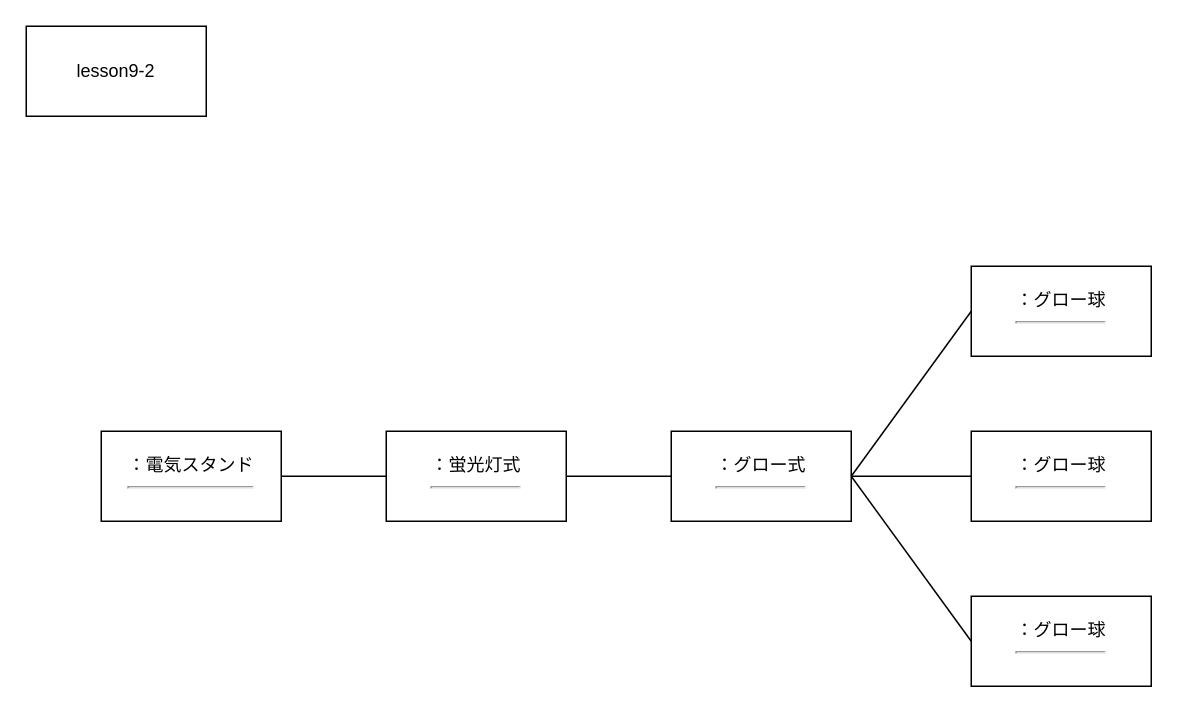
The draw.io diagram lesson9/9-2.drawio in hirutashougo/UML_introduction, before the edit. Source tidied: cells renumbered, new cells numbered last; positions are measured from the earlier drawing's top-left corner, leaving out a move shared by most shapes. Both pictures are drawn from the tidied source at 150%, with x=0, y=0 at pixel (26, 26).
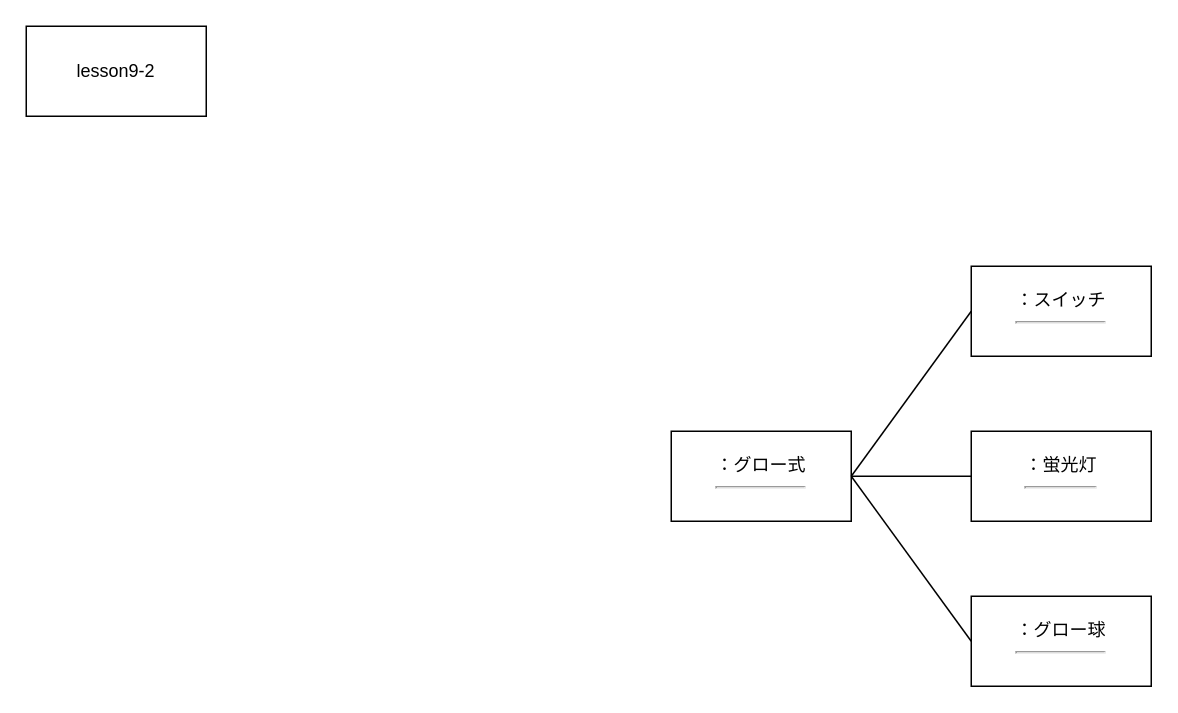
The same diagram, later.

Diff of the diagram source:
```diff
@@
 <mxGraphModel>
   <root>
     <mxCell id="0" />
     <mxCell id="1" parent="0" />
     <mxCell id="2" value="lesson9-2" style="rounded=0;whiteSpace=wrap;html=1;" parent="1" vertex="1">
       <mxGeometry width="120" height="60" as="geometry" />
     </mxCell>
-    <mxCell id="3" value="：電気スタンド&lt;br&gt;&lt;hr&gt;" style="rounded=0;whiteSpace=wrap;html=1;" parent="1" vertex="1">
-      <mxGeometry x="50" y="270" width="120" height="60" as="geometry" />
-    </mxCell>
-    <mxCell id="4" value="：蛍光灯式&lt;br&gt;&lt;hr&gt;" style="rounded=0;whiteSpace=wrap;html=1;" parent="1" vertex="1">
-      <mxGeometry x="240" y="270" width="120" height="60" as="geometry" />
-    </mxCell>
     <mxCell id="5" value="：グロー式&lt;br&gt;&lt;hr&gt;" style="rounded=0;whiteSpace=wrap;html=1;" parent="1" vertex="1">
       <mxGeometry x="430" y="270" width="120" height="60" as="geometry" />
     </mxCell>
-    <mxCell id="6" value="：グロー球&lt;br&gt;&lt;hr&gt;" style="rounded=0;whiteSpace=wrap;html=1;" parent="1" vertex="1">
+    <mxCell id="6" value="：蛍光灯&lt;br&gt;&lt;hr&gt;" style="rounded=0;whiteSpace=wrap;html=1;" parent="1" vertex="1">
       <mxGeometry x="630" y="270" width="120" height="60" as="geometry" />
     </mxCell>
-    <mxCell id="7" style="endArrow=none;html=1;rounded=0;exitX=1;exitY=0.5;exitDx=0;exitDy=0;entryX=0;entryY=0.5;entryDx=0;entryDy=0;" parent="1" edge="1" source="4" target="5">
-      <mxGeometry relative="1" as="geometry" />
-    </mxCell>
     <mxCell id="8" style="endArrow=none;html=1;rounded=0;exitX=1;exitY=0.5;exitDx=0;exitDy=0;entryX=0;entryY=0.5;entryDx=0;entryDy=0;" parent="1" edge="1" source="5" target="6">
       <mxGeometry relative="1" as="geometry" />
     </mxCell>
-    <mxCell id="9" style="endArrow=none;html=1;rounded=0;entryX=1;entryY=0.5;entryDx=0;entryDy=0;exitX=0;exitY=0.5;exitDx=0;exitDy=0;" parent="1" edge="1" source="4" target="3">
-      <mxGeometry relative="1" as="geometry" />
-    </mxCell>
-    <mxCell id="10" value="：グロー球&lt;br&gt;&lt;hr&gt;" style="rounded=0;whiteSpace=wrap;html=1;" parent="1" vertex="1">
+    <mxCell id="10" value="：スイッチ&lt;br&gt;&lt;hr&gt;" style="rounded=0;whiteSpace=wrap;html=1;" parent="1" vertex="1">
       <mxGeometry x="630" y="160" width="120" height="60" as="geometry" />
     </mxCell>
     <mxCell id="11" value="：グロー球&lt;br&gt;&lt;hr&gt;" style="rounded=0;whiteSpace=wrap;html=1;" parent="1" vertex="1">
       <mxGeometry x="630" y="380" width="120" height="60" as="geometry" />
     </mxCell>
     <mxCell id="12" style="endArrow=none;html=1;rounded=0;entryX=0;entryY=0.5;entryDx=0;entryDy=0;" parent="1" edge="1" target="11">
       <mxGeometry relative="1" as="geometry">
         <mxPoint x="550" y="300" as="sourcePoint" />
       </mxGeometry>
     </mxCell>
     <mxCell id="13" style="endArrow=none;html=1;rounded=0;entryX=0;entryY=0.5;entryDx=0;entryDy=0;exitX=1;exitY=0.5;exitDx=0;exitDy=0;" parent="1" edge="1" source="5" target="10">
       <mxGeometry relative="1" as="geometry" />
     </mxCell>
   </root>
 </mxGraphModel>
```
